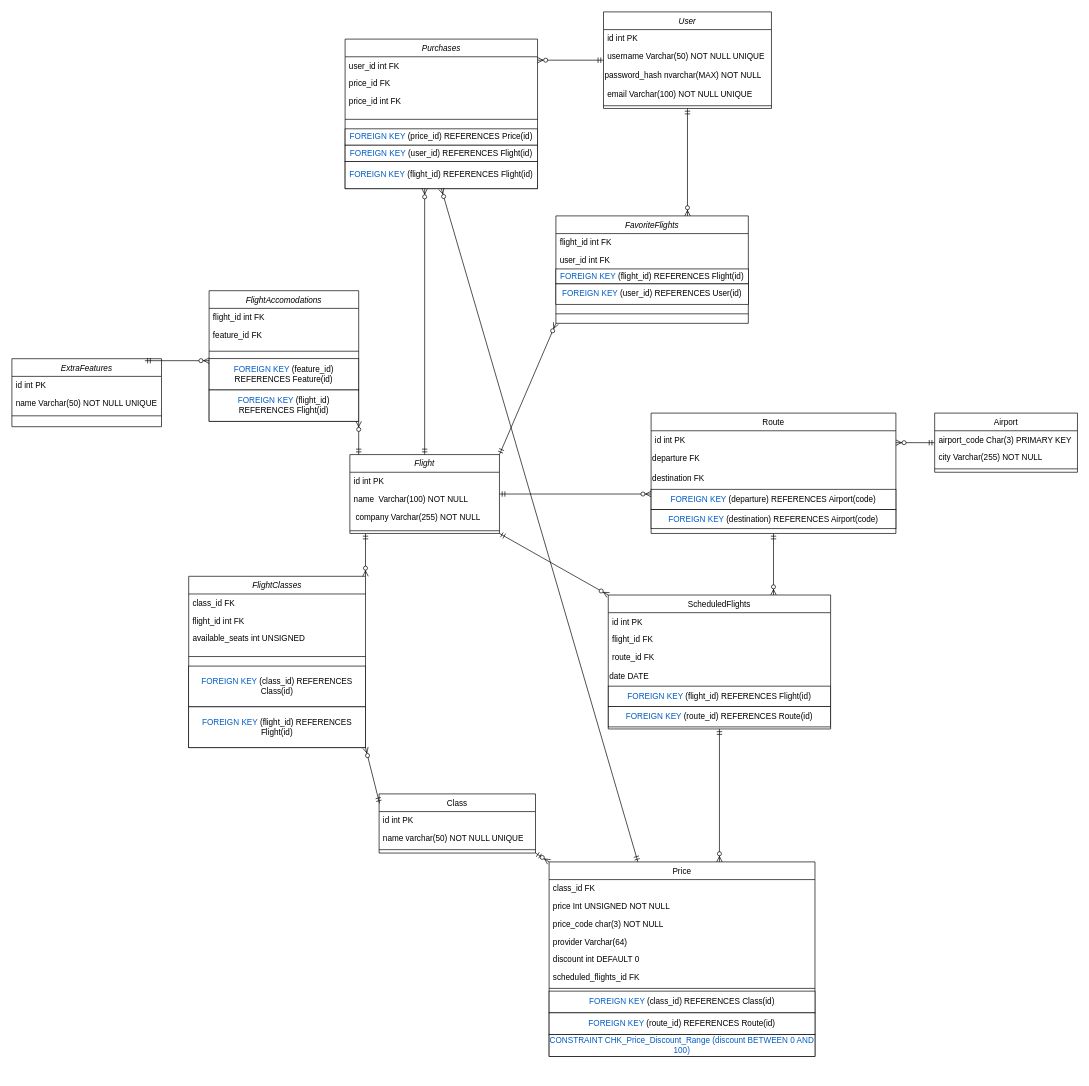
Earlier version of the draw.io diagram backend-Idata2306/Resources/database_flights.drawio (Osterie/IDATA2301_IDATA2306_GROUP_7). Source tidied: cells renumbered, new cells numbered last; positions are measured from the earlier drawing's top-left corner, leaving out a move shared by most shapes. Both pictures are drawn from the tidied source at 68%, with x=0, y=0 at pixel (12, 12).
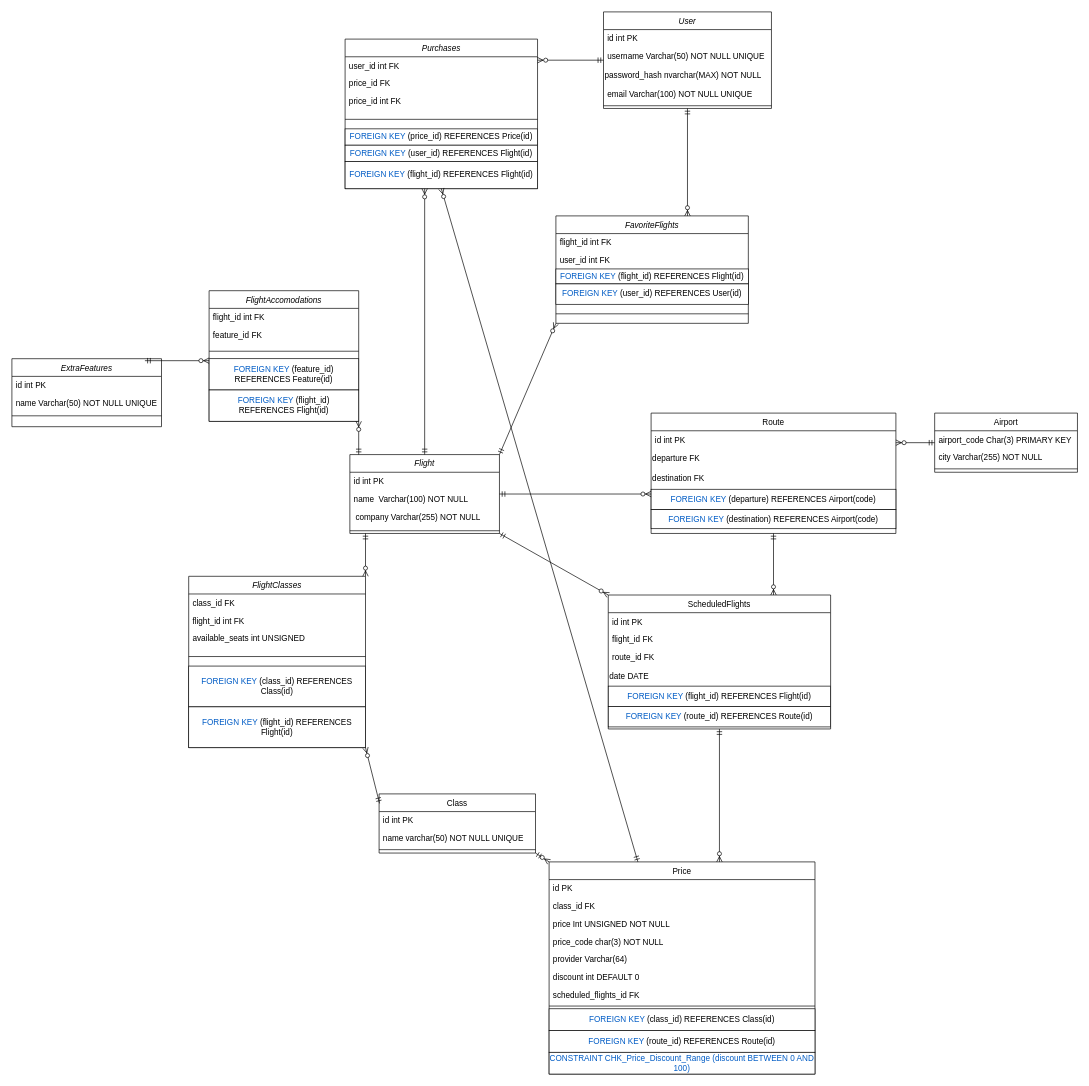
The same page after the edit.

Diff of the diagram source:
```diff
@@
     <mxCell id="65" value="Price" style="swimlane;fontStyle=0;align=center;verticalAlign=top;horizontal=1;startSize=26;rounded=0;shadow=0;strokeWidth=1;" parent="1" vertex="1">
-      <mxGeometry x="790" y="1250" width="391" height="286" as="geometry" />
+      <mxGeometry x="790" y="1250" width="391" height="312" as="geometry" />
     </mxCell>
+    <mxCell id="91" value="id PK" style="text;align=left;verticalAlign=top;spacingLeft=4;spacingRight=4;overflow=hidden;" parent="65" vertex="1">
+      <mxGeometry y="26" width="391" height="26" as="geometry" />
+    </mxCell>
     <mxCell id="66" value="class_id FK" style="text;align=left;verticalAlign=top;spacingLeft=4;spacingRight=4;overflow=hidden;" parent="65" vertex="1">
-      <mxGeometry y="26" width="391" height="26" as="geometry" />
+      <mxGeometry y="52" width="391" height="26" as="geometry" />
     </mxCell>
     <mxCell id="67" value="price Int UNSIGNED NOT NULL " style="text;align=left;verticalAlign=top;spacingLeft=4;spacingRight=4;overflow=hidden;rounded=0;shadow=0;html=0;" parent="65" vertex="1">
-      <mxGeometry y="52" width="391" height="26" as="geometry" />
+      <mxGeometry y="78" width="391" height="26" as="geometry" />
     </mxCell>
     <mxCell id="68" value="price_code char(3) NOT NULL" style="text;align=left;verticalAlign=top;spacingLeft=4;spacingRight=4;overflow=hidden;rounded=0;shadow=0;html=0;" parent="65" vertex="1">
-      <mxGeometry y="78" width="391" height="26" as="geometry" />
+      <mxGeometry y="104" width="391" height="26" as="geometry" />
     </mxCell>
     <mxCell id="69" value="provider Varchar(64) " style="text;align=left;verticalAlign=top;spacingLeft=4;spacingRight=4;overflow=hidden;rounded=0;shadow=0;html=0;" parent="65" vertex="1">
-      <mxGeometry y="104" width="391" height="26" as="geometry" />
+      <mxGeometry y="130" width="391" height="26" as="geometry" />
     </mxCell>
     <mxCell id="70" value="discount int DEFAULT 0" style="text;align=left;verticalAlign=top;spacingLeft=4;spacingRight=4;overflow=hidden;rounded=0;shadow=0;html=0;" parent="65" vertex="1">
-      <mxGeometry y="130" width="391" height="26" as="geometry" />
+      <mxGeometry y="156" width="391" height="26" as="geometry" />
     </mxCell>
     <mxCell id="71" value="scheduled_flights_id FK" style="text;align=left;verticalAlign=top;spacingLeft=4;spacingRight=4;overflow=hidden;rounded=0;shadow=0;html=0;" parent="65" vertex="1">
-      <mxGeometry y="156" width="391" height="26" as="geometry" />
+      <mxGeometry y="182" width="391" height="26" as="geometry" />
     </mxCell>
     <mxCell id="72" style="line;html=1;strokeWidth=1;align=left;verticalAlign=middle;spacingTop=-1;spacingLeft=3;spacingRight=3;labelPosition=right;" parent="65" vertex="1">
-      <mxGeometry y="182" width="391" height="8" as="geometry" />
+      <mxGeometry y="208" width="391" height="8" as="geometry" />
     </mxCell>
     <mxCell id="73" value="&lt;span style=&quot;color: black; --darkreader-inline-color: var(--darkreader-text-000000, #e8e6e3);&quot; class=&quot;sqlcolor&quot;&gt;&lt;span style=&quot;color: rgb(0, 92, 197); --darkreader-inline-color: var(--darkreader-text-005cc5, #56b1ff);&quot; class=&quot;sqlkeywordcolor&quot;&gt;FOREIGN&lt;/span&gt; &lt;span style=&quot;color: rgb(0, 92, 197); --darkreader-inline-color: var(--darkreader-text-005cc5, #56b1ff);&quot; class=&quot;sqlkeywordcolor&quot;&gt;KEY&lt;/span&gt; (class_id) REFERENCES Class(id)&lt;/span&gt;" style="whiteSpace=wrap;html=1;" parent="65" vertex="1">
-      <mxGeometry y="190" width="391" height="32" as="geometry" />
+      <mxGeometry y="216" width="391" height="32" as="geometry" />
     </mxCell>
     <mxCell id="74" value="&lt;span style=&quot;color: black; --darkreader-inline-color: var(--darkreader-text-000000, #e8e6e3);&quot; class=&quot;sqlcolor&quot;&gt;&lt;span style=&quot;color: rgb(0, 92, 197); --darkreader-inline-color: var(--darkreader-text-005cc5, #56b1ff);&quot; class=&quot;sqlkeywordcolor&quot;&gt;FOREIGN&lt;/span&gt; &lt;span style=&quot;color: rgb(0, 92, 197); --darkreader-inline-color: var(--darkreader-text-005cc5, #56b1ff);&quot; class=&quot;sqlkeywordcolor&quot;&gt;KEY&lt;/span&gt; (route_id) REFERENCES Route(id)&lt;/span&gt;" style="whiteSpace=wrap;html=1;" parent="65" vertex="1">
-      <mxGeometry y="222" width="391" height="32" as="geometry" />
+      <mxGeometry y="248" width="391" height="32" as="geometry" />
     </mxCell>
     <mxCell id="75" value="&lt;font color=&quot;#005cc5&quot;&gt;CONSTRAINT CHK_Price_Discount_Range (discount BETWEEN 0 AND 100)&lt;/font&gt;" style="whiteSpace=wrap;html=1;" parent="65" vertex="1">
-      <mxGeometry y="254" width="391" height="32" as="geometry" />
+      <mxGeometry y="280" width="391" height="32" as="geometry" />
     </mxCell>
```
